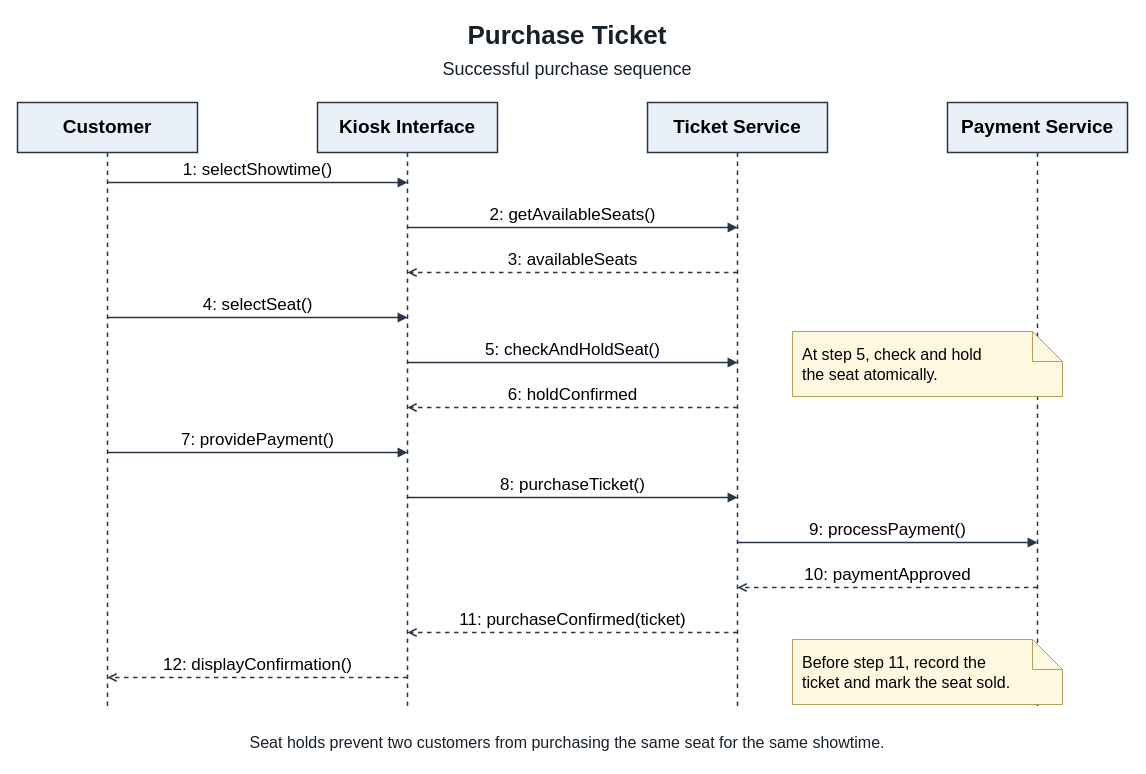
This is diagrams/Purchase-Ticket-Sequence.drawio from CaptainJS88/HW1-Movie-Kiosk, a draw.io file, before an edit. Source tidied: cells renumbered, new cells numbered last; positions are measured from the earlier drawing's top-left corner, leaving out a move shared by most shapes. Both pictures are drawn from the tidied source at 100%, with x=0, y=0 at pixel (17, 17).
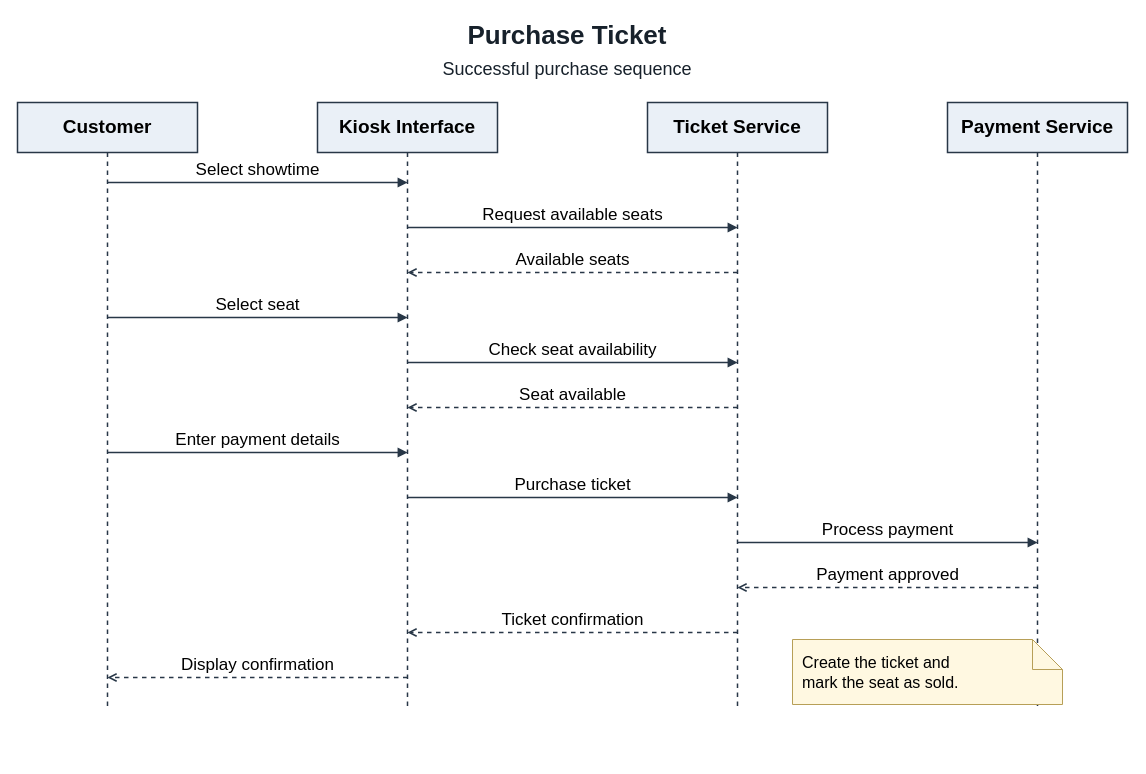
After the change.

Commit message (it also covers changes not shown here):
Simplify kiosk requirements and purchase flow

Diff of the diagram source:
```diff
@@
-    <mxCell id="12" value="1: selectShowtime()" style="html=1;endArrow=block;endFill=1;fontSize=15;fontFamily=Helvetica;strokeWidth=1.5;strokeColor=#283747;labelBackgroundColor=#FFFFFF;verticalAlign=bottom;fontSize=17;" parent="1" edge="1">
+    <mxCell id="12" value="Select showtime" style="html=1;endArrow=block;endFill=1;fontSize=15;fontFamily=Helvetica;strokeWidth=1.5;strokeColor=#283747;labelBackgroundColor=#FFFFFF;verticalAlign=bottom;fontSize=17;" parent="1" edge="1">
       <mxGeometry relative="1" as="geometry">
         <mxPoint x="90" y="165" as="sourcePoint" />
         <mxPoint x="390" y="165" as="targetPoint" />
       </mxGeometry>
     </mxCell>
-    <mxCell id="13" value="2: getAvailableSeats()" style="html=1;endArrow=block;endFill=1;fontSize=15;fontFamily=Helvetica;strokeWidth=1.5;strokeColor=#283747;labelBackgroundColor=#FFFFFF;verticalAlign=bottom;fontSize=17;" parent="1" edge="1">
+    <mxCell id="13" value="Request available seats" style="html=1;endArrow=block;endFill=1;fontSize=15;fontFamily=Helvetica;strokeWidth=1.5;strokeColor=#283747;labelBackgroundColor=#FFFFFF;verticalAlign=bottom;fontSize=17;" parent="1" edge="1">
       <mxGeometry relative="1" as="geometry">
         <mxPoint x="390" y="210" as="sourcePoint" />
         <mxPoint x="720" y="210" as="targetPoint" />
       </mxGeometry>
     </mxCell>
-    <mxCell id="14" value="3: availableSeats" style="html=1;endArrow=block;endFill=1;fontSize=15;fontFamily=Helvetica;strokeWidth=1.5;strokeColor=#283747;labelBackgroundColor=#FFFFFF;verticalAlign=bottom;dashed=1;endArrow=open;endFill=0;fontSize=17;" parent="1" edge="1">
+    <mxCell id="14" value="Available seats" style="html=1;endArrow=block;endFill=1;fontSize=15;fontFamily=Helvetica;strokeWidth=1.5;strokeColor=#283747;labelBackgroundColor=#FFFFFF;verticalAlign=bottom;dashed=1;endArrow=open;endFill=0;fontSize=17;" parent="1" edge="1">
       <mxGeometry relative="1" as="geometry">
         <mxPoint x="720" y="255" as="sourcePoint" />
         <mxPoint x="390" y="255" as="targetPoint" />
       </mxGeometry>
     </mxCell>
-    <mxCell id="15" value="4: selectSeat()" style="html=1;endArrow=block;endFill=1;fontSize=15;fontFamily=Helvetica;strokeWidth=1.5;strokeColor=#283747;labelBackgroundColor=#FFFFFF;verticalAlign=bottom;fontSize=17;" parent="1" edge="1">
+    <mxCell id="15" value="Select seat" style="html=1;endArrow=block;endFill=1;fontSize=15;fontFamily=Helvetica;strokeWidth=1.5;strokeColor=#283747;labelBackgroundColor=#FFFFFF;verticalAlign=bottom;fontSize=17;" parent="1" edge="1">
       <mxGeometry relative="1" as="geometry">
         <mxPoint x="90" y="300" as="sourcePoint" />
         <mxPoint x="390" y="300" as="targetPoint" />
       </mxGeometry>
     </mxCell>
-    <mxCell id="16" value="5: checkAndHoldSeat()" style="html=1;endArrow=block;endFill=1;fontSize=15;fontFamily=Helvetica;strokeWidth=1.5;strokeColor=#283747;labelBackgroundColor=#FFFFFF;verticalAlign=bottom;fontSize=17;" parent="1" edge="1">
+    <mxCell id="16" value="Check seat availability" style="html=1;endArrow=block;endFill=1;fontSize=15;fontFamily=Helvetica;strokeWidth=1.5;strokeColor=#283747;labelBackgroundColor=#FFFFFF;verticalAlign=bottom;fontSize=17;" parent="1" edge="1">
       <mxGeometry relative="1" as="geometry">
         <mxPoint x="390" y="345" as="sourcePoint" />
         <mxPoint x="720" y="345" as="targetPoint" />
       </mxGeometry>
     </mxCell>
-    <mxCell id="17" value="6: holdConfirmed" style="html=1;endArrow=block;endFill=1;fontSize=15;fontFamily=Helvetica;strokeWidth=1.5;strokeColor=#283747;labelBackgroundColor=#FFFFFF;verticalAlign=bottom;dashed=1;endArrow=open;endFill=0;fontSize=17;" parent="1" edge="1">
+    <mxCell id="17" value="Seat available" style="html=1;endArrow=block;endFill=1;fontSize=15;fontFamily=Helvetica;strokeWidth=1.5;strokeColor=#283747;labelBackgroundColor=#FFFFFF;verticalAlign=bottom;dashed=1;endArrow=open;endFill=0;fontSize=17;" parent="1" edge="1">
       <mxGeometry relative="1" as="geometry">
         <mxPoint x="720" y="390" as="sourcePoint" />
         <mxPoint x="390" y="390" as="targetPoint" />
       </mxGeometry>
     </mxCell>
-    <mxCell id="18" value="7: providePayment()" style="html=1;endArrow=block;endFill=1;fontSize=15;fontFamily=Helvetica;strokeWidth=1.5;strokeColor=#283747;labelBackgroundColor=#FFFFFF;verticalAlign=bottom;fontSize=17;" parent="1" edge="1">
+    <mxCell id="18" value="Enter payment details" style="html=1;endArrow=block;endFill=1;fontSize=15;fontFamily=Helvetica;strokeWidth=1.5;strokeColor=#283747;labelBackgroundColor=#FFFFFF;verticalAlign=bottom;fontSize=17;" parent="1" edge="1">
       <mxGeometry relative="1" as="geometry">
         <mxPoint x="90" y="435" as="sourcePoint" />
         <mxPoint x="390" y="435" as="targetPoint" />
       </mxGeometry>
     </mxCell>
-    <mxCell id="19" value="8: purchaseTicket()" style="html=1;endArrow=block;endFill=1;fontSize=15;fontFamily=Helvetica;strokeWidth=1.5;strokeColor=#283747;labelBackgroundColor=#FFFFFF;verticalAlign=bottom;fontSize=17;" parent="1" edge="1">
+    <mxCell id="19" value="Purchase ticket" style="html=1;endArrow=block;endFill=1;fontSize=15;fontFamily=Helvetica;strokeWidth=1.5;strokeColor=#283747;labelBackgroundColor=#FFFFFF;verticalAlign=bottom;fontSize=17;" parent="1" edge="1">
       <mxGeometry relative="1" as="geometry">
         <mxPoint x="390" y="480" as="sourcePoint" />
         <mxPoint x="720" y="480" as="targetPoint" />
       </mxGeometry>
     </mxCell>
-    <mxCell id="20" value="9: processPayment()" style="html=1;endArrow=block;endFill=1;fontSize=15;fontFamily=Helvetica;strokeWidth=1.5;strokeColor=#283747;labelBackgroundColor=#FFFFFF;verticalAlign=bottom;fontSize=17;" parent="1" edge="1">
+    <mxCell id="20" value="Process payment" style="html=1;endArrow=block;endFill=1;fontSize=15;fontFamily=Helvetica;strokeWidth=1.5;strokeColor=#283747;labelBackgroundColor=#FFFFFF;verticalAlign=bottom;fontSize=17;" parent="1" edge="1">
       <mxGeometry relative="1" as="geometry">
         <mxPoint x="720" y="525" as="sourcePoint" />
         <mxPoint x="1020" y="525" as="targetPoint" />
       </mxGeometry>
     </mxCell>
-    <mxCell id="21" value="10: paymentApproved" style="html=1;endArrow=block;endFill=1;fontSize=15;fontFamily=Helvetica;strokeWidth=1.5;strokeColor=#283747;labelBackgroundColor=#FFFFFF;verticalAlign=bottom;dashed=1;endArrow=open;endFill=0;fontSize=17;" parent="1" edge="1">
+    <mxCell id="21" value="Payment approved" style="html=1;endArrow=block;endFill=1;fontSize=15;fontFamily=Helvetica;strokeWidth=1.5;strokeColor=#283747;labelBackgroundColor=#FFFFFF;verticalAlign=bottom;dashed=1;endArrow=open;endFill=0;fontSize=17;" parent="1" edge="1">
       <mxGeometry relative="1" as="geometry">
         <mxPoint x="1020" y="570" as="sourcePoint" />
         <mxPoint x="720" y="570" as="targetPoint" />
       </mxGeometry>
     </mxCell>
-    <mxCell id="22" value="11: purchaseConfirmed(ticket)" style="html=1;endArrow=block;endFill=1;fontSize=15;fontFamily=Helvetica;strokeWidth=1.5;strokeColor=#283747;labelBackgroundColor=#FFFFFF;verticalAlign=bottom;dashed=1;endArrow=open;endFill=0;fontSize=17;" parent="1" edge="1">
+    <mxCell id="22" value="Ticket confirmation" style="html=1;endArrow=block;endFill=1;fontSize=15;fontFamily=Helvetica;strokeWidth=1.5;strokeColor=#283747;labelBackgroundColor=#FFFFFF;verticalAlign=bottom;dashed=1;endArrow=open;endFill=0;fontSize=17;" parent="1" edge="1">
       <mxGeometry relative="1" as="geometry">
         <mxPoint x="720" y="615" as="sourcePoint" />
         <mxPoint x="390" y="615" as="targetPoint" />
       </mxGeometry>
     </mxCell>
-    <mxCell id="23" value="12: displayConfirmation()" style="html=1;endArrow=block;endFill=1;fontSize=15;fontFamily=Helvetica;strokeWidth=1.5;strokeColor=#283747;labelBackgroundColor=#FFFFFF;verticalAlign=bottom;dashed=1;endArrow=open;endFill=0;fontSize=17;" parent="1" edge="1">
+    <mxCell id="23" value="Display confirmation" style="html=1;endArrow=block;endFill=1;fontSize=15;fontFamily=Helvetica;strokeWidth=1.5;strokeColor=#283747;labelBackgroundColor=#FFFFFF;verticalAlign=bottom;dashed=1;endArrow=open;endFill=0;fontSize=17;" parent="1" edge="1">
       <mxGeometry relative="1" as="geometry">
         <mxPoint x="390" y="660" as="sourcePoint" />
         <mxPoint x="90" y="660" as="targetPoint" />
       </mxGeometry>
     </mxCell>
-    <mxCell id="24" value="At step 5, check and hold&lt;br&gt;the seat atomically." style="shape=note;html=1;whiteSpace=wrap;align=left;spacing=10;fontFamily=Helvetica;fontSize=16;fillColor=#FFF8E1;strokeColor=#B79F57;" parent="1" vertex="1">
-      <mxGeometry x="775" y="314" width="270" height="65" as="geometry" />
-    </mxCell>
-    <mxCell id="25" value="Before step 11, record the&lt;br&gt;ticket and mark the seat sold." style="shape=note;html=1;whiteSpace=wrap;align=left;spacing=10;fontFamily=Helvetica;fontSize=16;fillColor=#FFF8E1;strokeColor=#B79F57;" parent="1" vertex="1">
+    <mxCell id="25" value="Create the ticket and&lt;br&gt;mark the seat as sold." style="shape=note;html=1;whiteSpace=wrap;align=left;spacing=10;fontFamily=Helvetica;fontSize=16;fillColor=#FFF8E1;strokeColor=#B79F57;" parent="1" vertex="1">
       <mxGeometry x="775" y="622" width="270" height="65" as="geometry" />
     </mxCell>
-    <mxCell id="26" value="Seat holds prevent two customers from purchasing the same seat for the same showtime." style="text;html=1;align=center;verticalAlign=middle;whiteSpace=wrap;rounded=0;strokeColor=none;fillColor=none;fontFamily=Helvetica;fontSize=16;fontColor=#17212B;fontStyle=0;" parent="1" vertex="1">
-      <mxGeometry y="710" width="1100" height="30" as="geometry" />
-    </mxCell>
```
